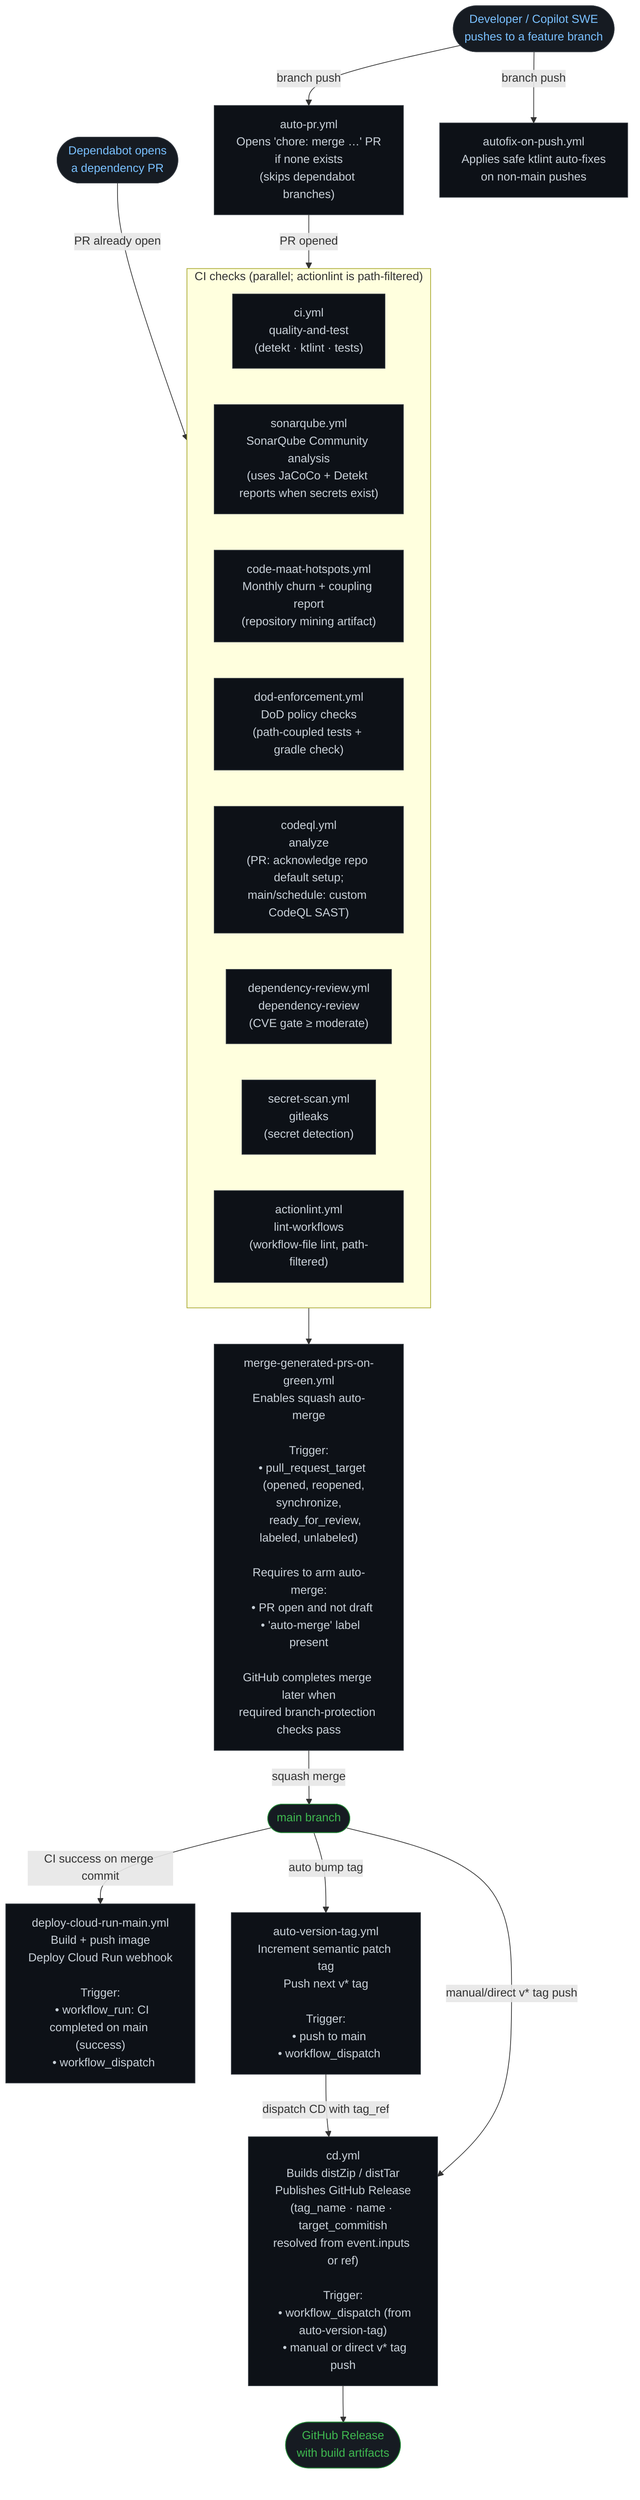
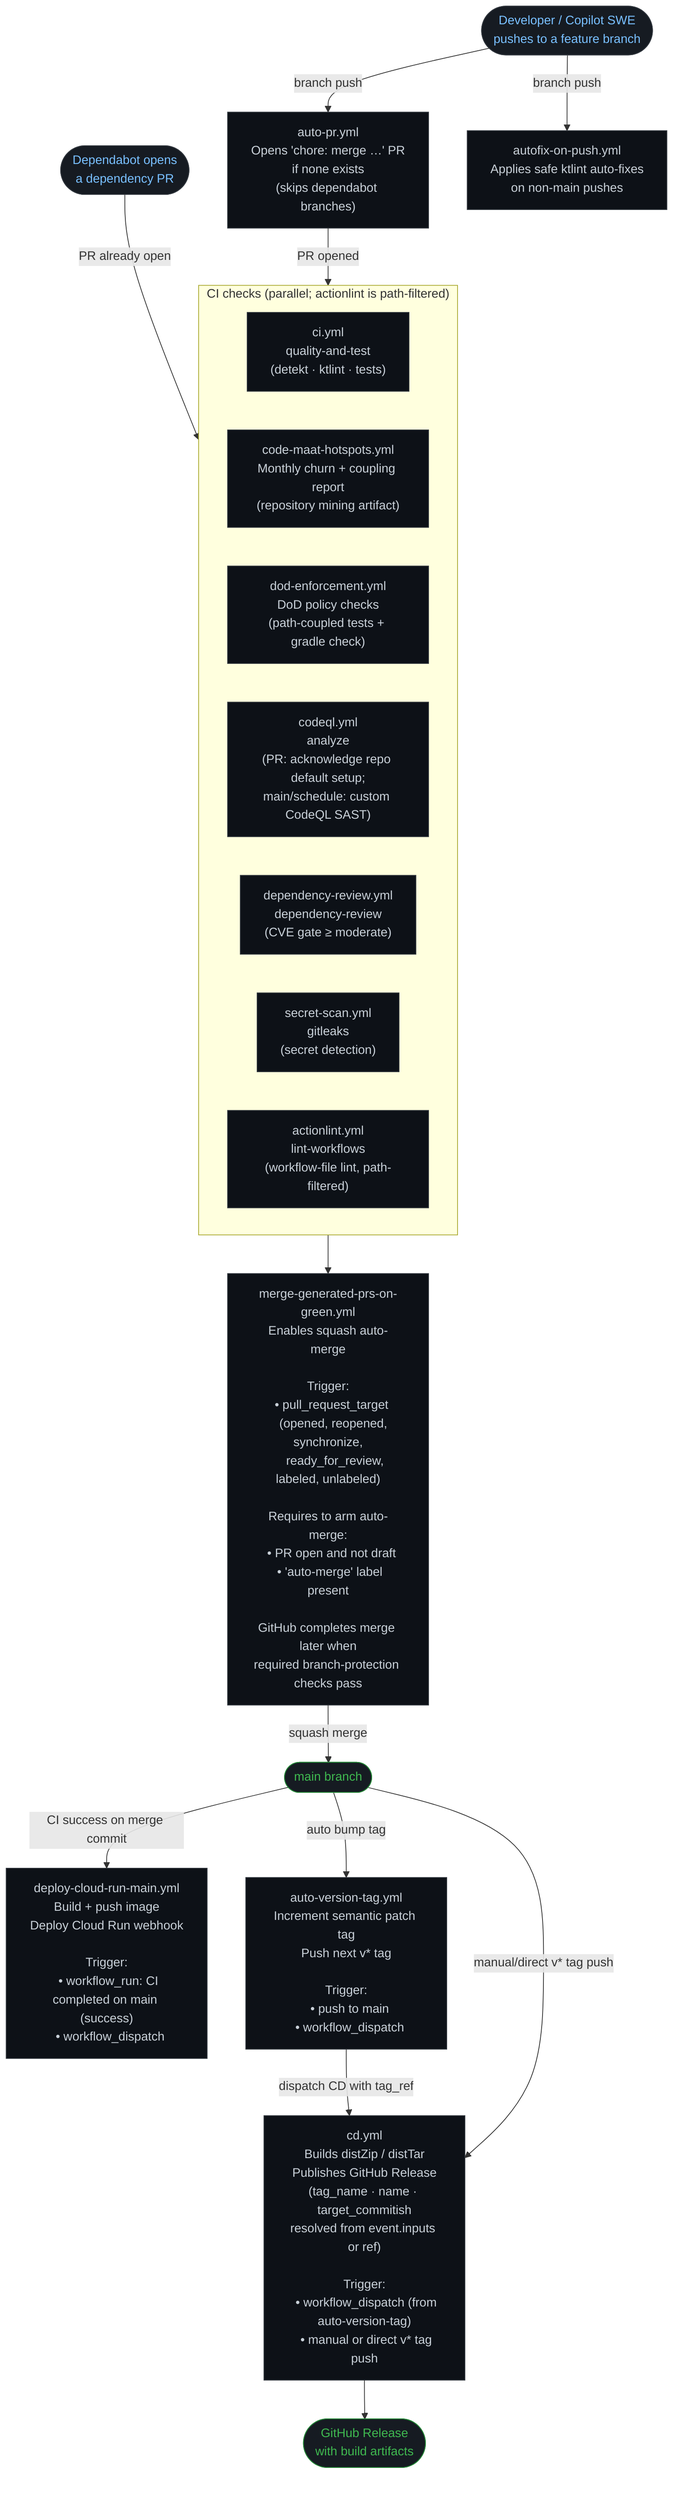
```mermaid
flowchart TD
    %% ── Entry points ──────────────────────────────────────────────────────────
    DEV([Developer / Copilot SWE\npushes to a feature branch])
    DEP([Dependabot opens\na dependency PR])

    %% ── Automation ────────────────────────────────────────────────────────────
    AUTO_PR["auto-pr.yml\nOpens 'chore: merge …' PR\nif none exists\n(skips dependabot branches)"]
    AUTOFIX["autofix-on-push.yml\nApplies safe ktlint auto-fixes\non non-main pushes"]

    %% ── Required CI checks ────────────────────────────────────────────────────
    subgraph CI ["CI checks (parallel; actionlint is path-filtered)"]
        direction LR
        CI_JOB["ci.yml\nquality-and-test\n(detekt · ktlint · tests)"]
-         SONAR["sonarqube.yml\nSonarQube Community analysis\n(uses JaCoCo + Detekt reports when secrets exist)"]
        MAAT["code-maat-hotspots.yml\nMonthly churn + coupling report\n(repository mining artifact)"]
        DOD["dod-enforcement.yml\nDoD policy checks\n(path-coupled tests + gradle check)"]
        CODEQL["codeql.yml\nanalyze\n(PR: acknowledge repo default setup;\nmain/schedule: custom CodeQL SAST)"]
        DEPREVIEW["dependency-review.yml\ndependency-review\n(CVE gate ≥ moderate)"]
        SECRET["secret-scan.yml\ngitleaks\n(secret detection)"]
        ACTIONLINT["actionlint.yml\nlint-workflows\n(workflow-file lint, path-filtered)"]
    end

    %% ── Merge ─────────────────────────────────────────────────────────────────
    MERGE["merge-generated-prs-on-green.yml\nEnables squash auto-merge\n\nTrigger:\n  • pull_request_target\n    (opened, reopened, synchronize,\n     ready_for_review, labeled, unlabeled)\n\nRequires to arm auto-merge:\n  • PR open and not draft\n  • 'auto-merge' label present\n\nGitHub completes merge later when\nrequired branch-protection checks pass"]

    %% ── CD ────────────────────────────────────────────────────────────────────
    MAIN([main branch])
    DEPLOY_MAIN["deploy-cloud-run-main.yml\nBuild + push image\nDeploy Cloud Run webhook\n\nTrigger:\n  • workflow_run: CI completed on main (success)\n  • workflow_dispatch"]
    AUTO_TAG["auto-version-tag.yml\nIncrement semantic patch tag\nPush next v* tag\n\nTrigger:\n  • push to main\n  • workflow_dispatch"]
    CD["cd.yml\nBuilds distZip / distTar\nPublishes GitHub Release\n(tag_name · name · target_commitish\nresolved from event.inputs or ref)\n\nTrigger:\n  • workflow_dispatch (from auto-version-tag)\n  • manual or direct v* tag push"]
    RELEASE([GitHub Release\nwith build artifacts])

    %% ── Flow ──────────────────────────────────────────────────────────────────
    DEV -->|branch push| AUTOFIX
    DEV -->|branch push| AUTO_PR
    DEP -->|PR already open| CI

    AUTO_PR -->|PR opened| CI
    CI --> MERGE

    MERGE -->|squash merge| MAIN

    MAIN -->|CI success on merge commit| DEPLOY_MAIN
    MAIN -->|auto bump tag| AUTO_TAG
    AUTO_TAG -->|dispatch CD with tag_ref| CD
    MAIN -->|manual/direct v* tag push| CD
    CD --> RELEASE

    %% ── Styling ───────────────────────────────────────────────────────────────
    classDef workflow fill:#0d1117,stroke:#30363d,color:#c9d1d9
    classDef actor    fill:#161b22,stroke:#30363d,color:#79c0ff,shape:stadium
    classDef external fill:#161b22,stroke:#238636,color:#3fb950,shape:stadium

-     class AUTO_PR,AUTOFIX,CI_JOB,SONAR,MAAT,DOD,CODEQL,DEPREVIEW,SECRET,ACTIONLINT,MERGE,DEPLOY_MAIN,AUTO_TAG,CD workflow
+     class AUTO_PR,AUTOFIX,CI_JOB,MAAT,DOD,CODEQL,DEPREVIEW,SECRET,ACTIONLINT,MERGE,DEPLOY_MAIN,AUTO_TAG,CD workflow
    class DEV,DEP actor
    class MAIN,RELEASE external
```
